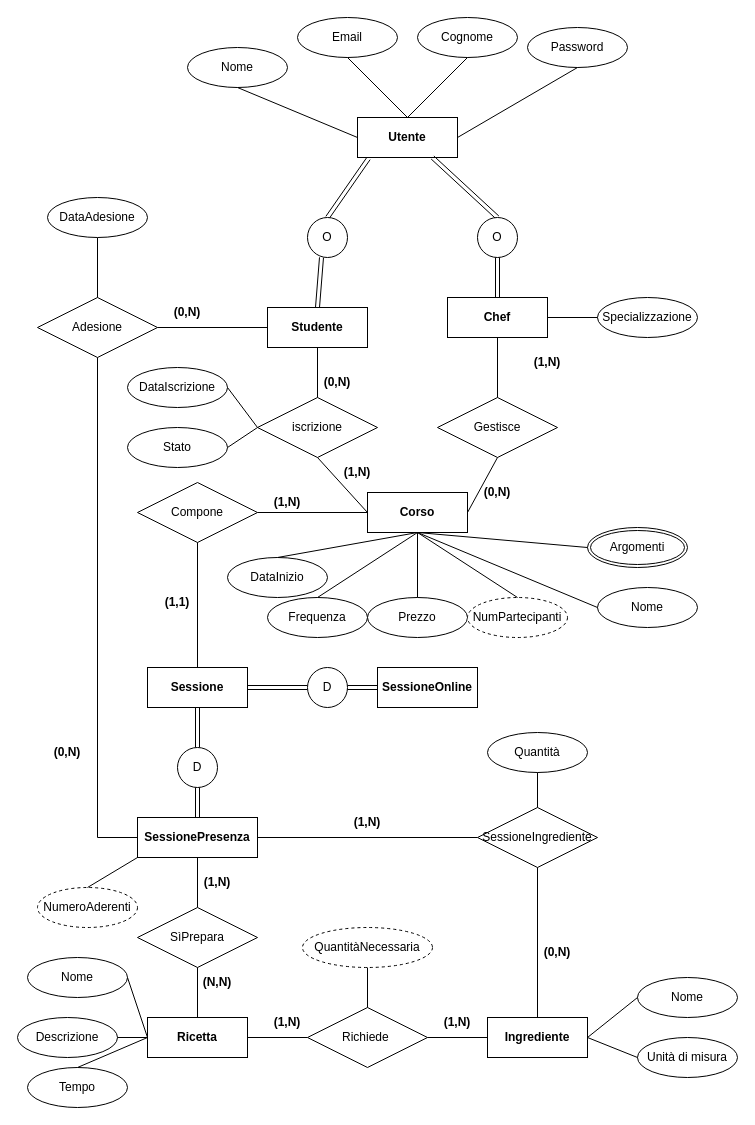
The draw.io diagram BasiDiDati Progetto/DiagrammaER1.drawio in SimoneBarbella/Progetto-Basi-Object, before the edit. Source tidied: cells renumbered, new cells numbered last; positions are measured from the earlier drawing's top-left corner, leaving out a move shared by most shapes. Both pictures are drawn from the tidied source at 100%, with x=0, y=0 at pixel (17, 17).
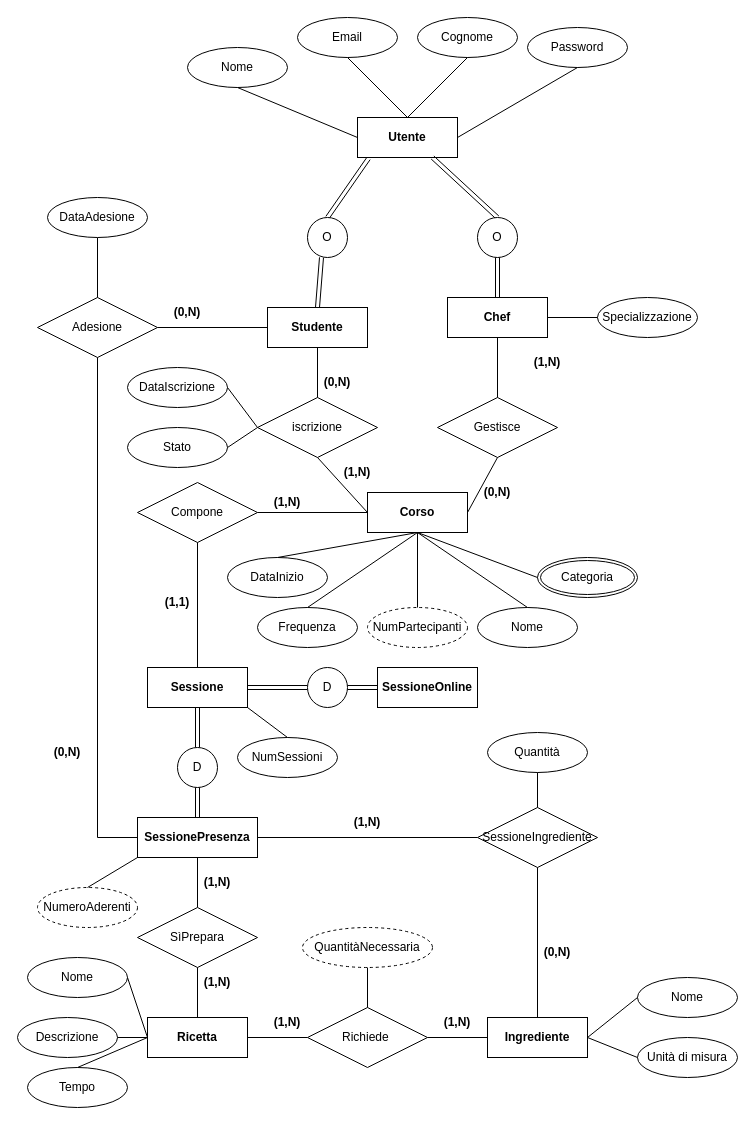
The same page after the edit.

The change refers to these unchanged cells:
```xml
<mxCell id="3" value="&lt;b&gt;Sessione&lt;/b&gt;" style="whiteSpace=wrap;html=1;align=center;" parent="1" vertex="1">
  <mxGeometry x="130" y="650" width="100" height="40" as="geometry" />
</mxCell>
<mxCell id="5" value="&lt;b&gt;Corso&lt;/b&gt;" style="whiteSpace=wrap;html=1;align=center;" parent="1" vertex="1">
  <mxGeometry x="350" y="475" width="100" height="40" as="geometry" />
</mxCell>
```

What changed in the source:
```diff
@@
     <mxCell id="61" value="Nome" style="ellipse;whiteSpace=wrap;html=1;align=center;" parent="1" vertex="1">
-      <mxGeometry x="580" y="570" width="100" height="40" as="geometry" />
+      <mxGeometry x="460" y="590" width="100" height="40" as="geometry" />
     </mxCell>
-    <mxCell id="62" value="Prezzo" style="ellipse;whiteSpace=wrap;html=1;align=center;" parent="1" vertex="1">
-      <mxGeometry x="350" y="580" width="100" height="40" as="geometry" />
+    <mxCell id="62" value="NumSessioni" style="ellipse;whiteSpace=wrap;html=1;align=center;" parent="1" vertex="1">
+      <mxGeometry x="220" y="720" width="100" height="40" as="geometry" />
     </mxCell>
     <mxCell id="63" value="Frequenza" style="ellipse;whiteSpace=wrap;html=1;align=center;" parent="1" vertex="1">
-      <mxGeometry x="250" y="580" width="100" height="40" as="geometry" />
+      <mxGeometry x="240" y="590" width="100" height="40" as="geometry" />
     </mxCell>
     <mxCell id="64" value="NumPartecipanti" style="ellipse;whiteSpace=wrap;html=1;align=center;dashed=1;" parent="1" vertex="1">
-      <mxGeometry x="450" y="580" width="100" height="40" as="geometry" />
+      <mxGeometry x="350" y="590" width="100" height="40" as="geometry" />
     </mxCell>
-    <mxCell id="65" style="endArrow=none;html=1;rounded=0;exitX=0.5;exitY=1;exitDx=0;exitDy=0;entryX=0.5;entryY=0;entryDx=0;entryDy=0;" parent="1" edge="1" source="5" target="62">
+    <mxCell id="65" style="endArrow=none;html=1;rounded=0;exitX=1;exitY=1;exitDx=0;exitDy=0;entryX=0.5;entryY=0;entryDx=0;entryDy=0;" parent="1" edge="1" source="3" target="62">
       <mxGeometry relative="1" as="geometry" />
     </mxCell>
@@
-    <mxCell id="68" style="endArrow=none;html=1;rounded=0;exitX=0.5;exitY=1;exitDx=0;exitDy=0;entryX=0;entryY=0.5;entryDx=0;entryDy=0;" parent="1" edge="1" source="5" target="61">
+    <mxCell id="68" style="endArrow=none;html=1;rounded=0;exitX=0.5;exitY=1;exitDx=0;exitDy=0;entryX=0.5;entryY=0;entryDx=0;entryDy=0;" parent="1" edge="1" source="5" target="61">
       <mxGeometry relative="1" as="geometry" />
     </mxCell>
@@
-    <mxCell id="81" value="Argomenti" style="ellipse;shape=doubleEllipse;margin=3;whiteSpace=wrap;html=1;align=center;" parent="1" vertex="1">
-      <mxGeometry x="570" y="510" width="100" height="40" as="geometry" />
+    <mxCell id="81" value="Categoria" style="ellipse;shape=doubleEllipse;margin=3;whiteSpace=wrap;html=1;align=center;" parent="1" vertex="1">
+      <mxGeometry x="520" y="540" width="100" height="40" as="geometry" />
     </mxCell>
@@
-    <mxCell id="95" value="&lt;b&gt;(N&lt;/b&gt;&lt;b style=&quot;background-color: transparent; color: light-dark(rgb(0, 0, 0), rgb(255, 255, 255));&quot;&gt;,N)&lt;/b&gt;" style="text;html=1;whiteSpace=wrap;strokeColor=none;fillColor=none;align=center;verticalAlign=middle;rounded=0;" parent="1" vertex="1">
+    <mxCell id="95" value="&lt;b&gt;(1&lt;/b&gt;&lt;b style=&quot;background-color: transparent; color: light-dark(rgb(0, 0, 0), rgb(255, 255, 255));&quot;&gt;,N)&lt;/b&gt;" style="text;html=1;whiteSpace=wrap;strokeColor=none;fillColor=none;align=center;verticalAlign=middle;rounded=0;" parent="1" vertex="1">
       <mxGeometry x="170" y="950" width="60" height="30" as="geometry" />
     </mxCell>
```
